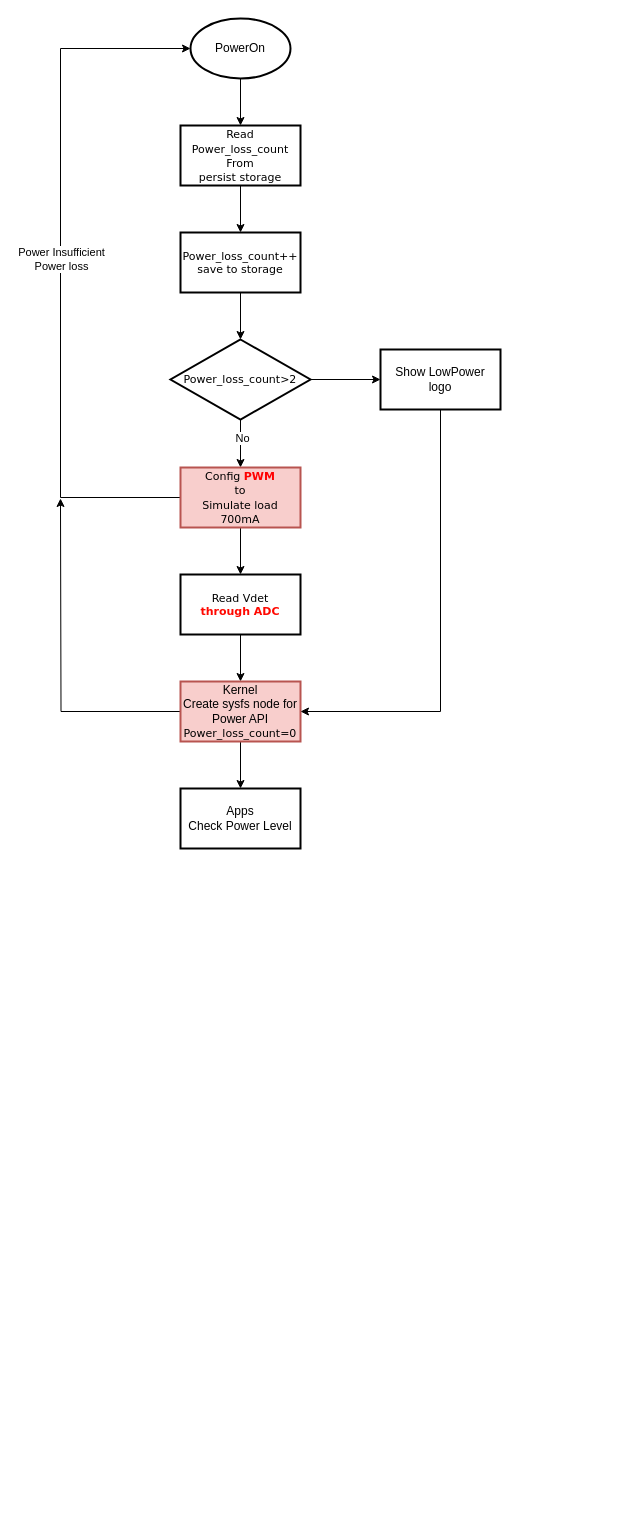
Earlier version of the draw.io diagram low_power_detect_loop_reboot.drawio (skyliangbogit/test). Source tidied: cells renumbered, new cells numbered last; positions are measured from the earlier drawing's top-left corner, leaving out a move shared by most shapes. Both pictures are drawn from the tidied source at 100%, with x=0, y=0 at pixel (60, 18).
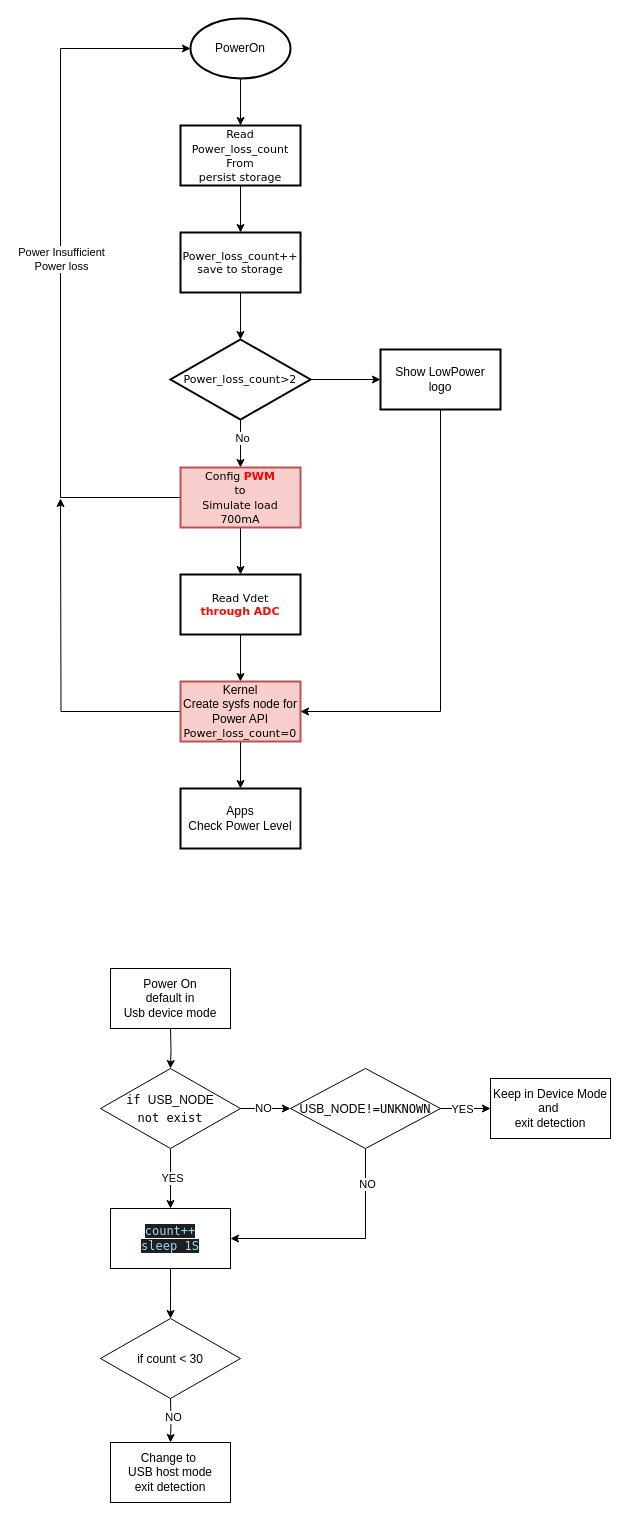
Above is the later version.

Diff of the diagram source:
```diff
@@
+    <mxCell id="24" value="Power On&lt;br&gt;default in&lt;br&gt;Usb device mode" style="rounded=0;whiteSpace=wrap;html=1;" parent="1" vertex="1">
+      <mxGeometry x="50" y="950" width="120" height="60" as="geometry" />
+    </mxCell>
+    <mxCell id="25" style="edgeStyle=orthogonalEdgeStyle;rounded=0;jettySize=auto;html=1;" parent="1" edge="1" target="30">
+      <mxGeometry relative="1" as="geometry">
+        <mxPoint x="110" y="1010" as="sourcePoint" />
+      </mxGeometry>
+    </mxCell>
+    <mxCell id="26" style="edgeStyle=orthogonalEdgeStyle;rounded=0;jettySize=auto;html=1;" parent="1" edge="1" source="30" target="32">
+      <mxGeometry relative="1" as="geometry" />
+    </mxCell>
+    <mxCell id="27" value="YES" style="edgeLabel;html=1;align=center;verticalAlign=middle;" parent="26" vertex="1">
+      <mxGeometry x="-0.08" y="1" relative="1" as="geometry">
+        <mxPoint y="1" as="offset" />
+      </mxGeometry>
+    </mxCell>
+    <mxCell id="28" style="edgeStyle=orthogonalEdgeStyle;rounded=0;jettySize=auto;html=1;" parent="1" edge="1" source="30" target="40">
+      <mxGeometry relative="1" as="geometry" />
+    </mxCell>
+    <mxCell id="29" value="NO" style="edgeLabel;html=1;align=center;verticalAlign=middle;" parent="28" vertex="1">
+      <mxGeometry x="-0.13" y="1" relative="1" as="geometry" />
+    </mxCell>
+    <mxCell id="30" value="&lt;div style=&quot;line-height: 18px;&quot;&gt;&lt;font style=&quot;color: rgb(0, 0, 0);&quot; face=&quot;Menlo, Monaco, Courier New, monospace&quot;&gt;&lt;span style=&quot;white-space: pre;&quot;&gt;if &lt;/span&gt;&lt;/font&gt;&lt;span style=&quot;background-color: transparent; color: light-dark(rgb(0, 0, 0), rgb(255, 255, 255));&quot;&gt;USB_NODE&lt;/span&gt;&lt;/div&gt;&lt;div style=&quot;line-height: 18px;&quot;&gt;&lt;font style=&quot;color: rgb(0, 0, 0);&quot; face=&quot;Menlo, Monaco, Courier New, monospace&quot;&gt;&lt;span style=&quot;white-space: pre;&quot;&gt;not exist&lt;/span&gt;&lt;/font&gt;&lt;/div&gt;" style="rhombus;whiteSpace=wrap;html=1;rounded=0;" parent="1" vertex="1">
+      <mxGeometry x="40" y="1050" width="140" height="80" as="geometry" />
+    </mxCell>
+    <mxCell id="31" style="edgeStyle=orthogonalEdgeStyle;rounded=0;jettySize=auto;html=1;" parent="1" edge="1" source="32">
+      <mxGeometry relative="1" as="geometry">
+        <mxPoint x="110" y="1300" as="targetPoint" />
+      </mxGeometry>
+    </mxCell>
+    <mxCell id="32" value="&lt;span style=&quot;color: rgb(156, 220, 254); font-family: Menlo, Monaco, &amp;quot;Courier New&amp;quot;, monospace; white-space: pre; background-color: rgb(31, 31, 31);&quot;&gt;count++&lt;/span&gt;&lt;div&gt;&lt;font face=&quot;Menlo, Monaco, Courier New, monospace&quot; color=&quot;#9cdcfe&quot;&gt;&lt;span style=&quot;white-space: pre; background-color: rgb(31, 31, 31);&quot;&gt;sleep 1S&lt;/span&gt;&lt;/font&gt;&lt;/div&gt;" style="whiteSpace=wrap;html=1;rounded=0;" parent="1" vertex="1">
+      <mxGeometry x="50" y="1190" width="120" height="60" as="geometry" />
+    </mxCell>
+    <mxCell id="33" style="edgeStyle=orthogonalEdgeStyle;rounded=0;jettySize=auto;html=1;" parent="1" edge="1" target="35">
+      <mxGeometry relative="1" as="geometry">
+        <mxPoint x="110" y="1380" as="sourcePoint" />
+      </mxGeometry>
+    </mxCell>
+    <mxCell id="34" value="NO" style="edgeLabel;html=1;align=center;verticalAlign=middle;" parent="33" vertex="1">
+      <mxGeometry x="-0.19" y="2" relative="1" as="geometry">
+        <mxPoint y="1" as="offset" />
+      </mxGeometry>
+    </mxCell>
+    <mxCell id="35" value="Change to&amp;nbsp;&lt;div&gt;USB host mode&lt;/div&gt;&lt;div&gt;exit detection&lt;/div&gt;" style="whiteSpace=wrap;html=1;rounded=0;" parent="1" vertex="1">
+      <mxGeometry x="50" y="1424" width="120" height="60" as="geometry" />
+    </mxCell>
+    <mxCell id="36" style="edgeStyle=orthogonalEdgeStyle;rounded=0;jettySize=auto;html=1;" parent="1" edge="1" source="40" target="41">
+      <mxGeometry relative="1" as="geometry" />
+    </mxCell>
+    <mxCell id="37" value="YES" style="edgeLabel;html=1;align=center;verticalAlign=middle;" parent="36" vertex="1">
+      <mxGeometry x="-0.17" relative="1" as="geometry" />
+    </mxCell>
+    <mxCell id="38" style="edgeStyle=orthogonalEdgeStyle;rounded=0;jettySize=auto;html=1;exitX=0.5;exitY=1;exitDx=0;exitDy=0;entryX=1;entryY=0.5;entryDx=0;entryDy=0;" parent="1" edge="1" source="40" target="32">
+      <mxGeometry relative="1" as="geometry" />
+    </mxCell>
+    <mxCell id="39" value="NO" style="edgeLabel;html=1;align=center;verticalAlign=middle;" parent="38" vertex="1">
+      <mxGeometry x="-0.69" y="1" relative="1" as="geometry" />
+    </mxCell>
+    <mxCell id="40" value="&lt;div style=&quot;line-height: 18px;&quot;&gt;&lt;span style=&quot;background-color: transparent; color: light-dark(rgb(0, 0, 0), rgb(255, 255, 255));&quot;&gt;USB_NODE&lt;/span&gt;&lt;span style=&quot;font-family: Menlo, Monaco, &amp;quot;Courier New&amp;quot;, monospace; white-space: pre;&quot;&gt;!=UNKNOWN&lt;/span&gt;&lt;/div&gt;" style="rhombus;whiteSpace=wrap;html=1;rounded=0;" parent="1" vertex="1">
+      <mxGeometry x="230" y="1050" width="150" height="80" as="geometry" />
+    </mxCell>
+    <mxCell id="41" value="Keep in Device Mode&lt;div&gt;and&amp;nbsp;&lt;/div&gt;&lt;div&gt;exit detection&lt;/div&gt;" style="whiteSpace=wrap;html=1;rounded=0;" parent="1" vertex="1">
+      <mxGeometry x="430" y="1060" width="120" height="60" as="geometry" />
+    </mxCell>
+    <mxCell id="42" value="&lt;div style=&quot;line-height: 18px;&quot;&gt;if count &amp;lt; 30&lt;/div&gt;" style="rhombus;whiteSpace=wrap;html=1;rounded=0;" parent="1" vertex="1">
+      <mxGeometry x="40" y="1300" width="140" height="80" as="geometry" />
+    </mxCell>
```
